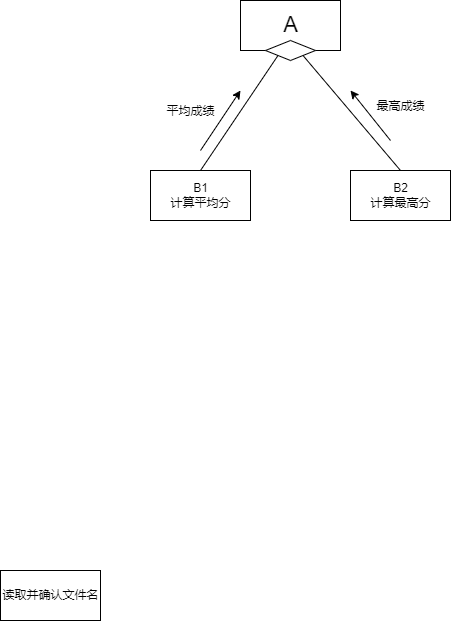
The draw.io diagram diagrams/实验3.png in ccyykkcyk/mypic, before a commit. Source tidied: cells renumbered, new cells last; positions are measured from the earlier drawing's top-left corner, leaving out a move shared by most shapes.
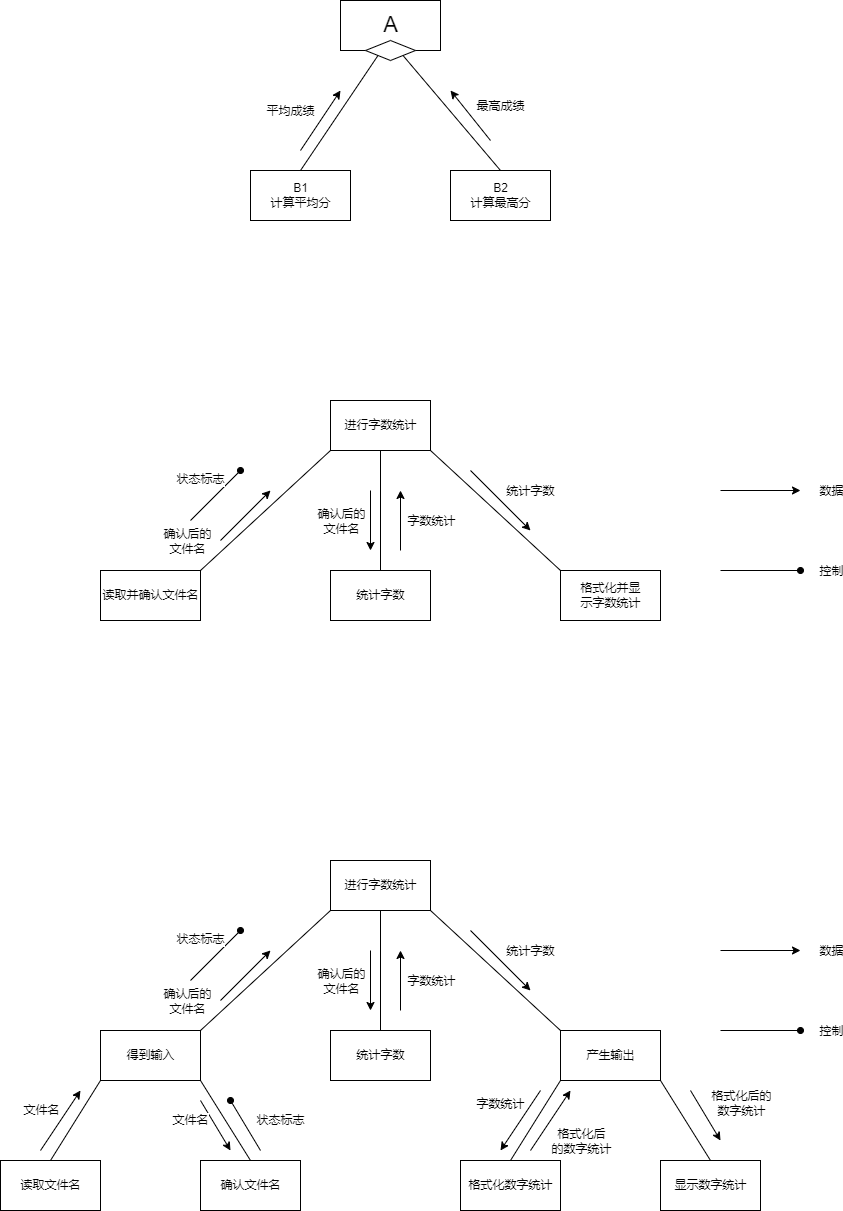
The same file after the commit.

Change to the diagram source:
```diff
@@ -45,5 +45,288 @@
     <mxCell id="12" value="读取并确认文件名" style="html=1;dashed=0;whitespace=wrap;fontSize=12;" parent="1" vertex="1">
       <mxGeometry y="570" width="100" height="50" as="geometry" />
     </mxCell>
+    <mxCell id="13" value="统计字数" style="html=1;dashed=0;whitespace=wrap;fontSize=12;" parent="1" vertex="1">
+      <mxGeometry x="230" y="570" width="100" height="50" as="geometry" />
+    </mxCell>
+    <mxCell id="14" value="格式化并显&lt;br&gt;示字数统计" style="html=1;dashed=0;whitespace=wrap;fontSize=12;" parent="1" vertex="1">
+      <mxGeometry x="460" y="570" width="100" height="50" as="geometry" />
+    </mxCell>
+    <mxCell id="15" style="edgeStyle=none;rounded=0;jettySize=auto;html=1;exitX=1;exitY=1;exitDx=0;exitDy=0;entryX=0;entryY=0;entryDx=0;entryDy=0;fontSize=12;endArrow=none;endFill=0;strokeColor=default;" parent="1" edge="1" source="18" target="14">
+      <mxGeometry relative="1" as="geometry" />
+    </mxCell>
+    <mxCell id="16" style="edgeStyle=none;rounded=0;jettySize=auto;html=1;exitX=0.5;exitY=1;exitDx=0;exitDy=0;entryX=0.5;entryY=0;entryDx=0;entryDy=0;fontSize=12;endArrow=none;endFill=0;strokeColor=default;" parent="1" edge="1" source="18" target="13">
+      <mxGeometry relative="1" as="geometry" />
+    </mxCell>
+    <mxCell id="17" style="edgeStyle=none;rounded=0;jettySize=auto;html=1;exitX=0;exitY=1;exitDx=0;exitDy=0;entryX=1;entryY=0;entryDx=0;entryDy=0;fontSize=12;endArrow=none;endFill=0;strokeColor=default;" parent="1" edge="1" source="18" target="12">
+      <mxGeometry relative="1" as="geometry" />
+    </mxCell>
+    <mxCell id="18" value="进行字数统计" style="html=1;dashed=0;whitespace=wrap;fontSize=12;" parent="1" vertex="1">
+      <mxGeometry x="230" y="400" width="100" height="50" as="geometry" />
+    </mxCell>
+    <mxCell id="19" style="endArrow=classic;html=1;rounded=0;fontSize=12;strokeColor=default;" parent="1" edge="1">
+      <mxGeometry relative="1" as="geometry">
+        <mxPoint x="120" y="540" as="sourcePoint" />
+        <mxPoint x="170" y="490" as="targetPoint" />
+      </mxGeometry>
+    </mxCell>
+    <mxCell id="20" value="确认后的&lt;br&gt;文件名" style="edgeLabel;html=1;align=center;verticalAlign=middle;fontSize=12;" parent="19" vertex="1">
+      <mxGeometry x="-0.34" relative="1" as="geometry">
+        <mxPoint x="-50" y="17" as="offset" />
+      </mxGeometry>
+    </mxCell>
+    <mxCell id="21" style="endArrow=oval;html=1;rounded=0;fontSize=12;strokeColor=default;endFill=1;" parent="1" edge="1">
+      <mxGeometry relative="1" as="geometry">
+        <mxPoint x="90" y="520" as="sourcePoint" />
+        <mxPoint x="140" y="470" as="targetPoint" />
+      </mxGeometry>
+    </mxCell>
+    <mxCell id="22" value="状态标志" style="edgeLabel;html=1;align=center;verticalAlign=middle;fontSize=12;" parent="21" vertex="1">
+      <mxGeometry x="0.55" y="3" relative="1" as="geometry">
+        <mxPoint x="-27" as="offset" />
+      </mxGeometry>
+    </mxCell>
+    <mxCell id="23" style="endArrow=classic;html=1;rounded=0;fontSize=12;strokeColor=default;" parent="1" edge="1">
+      <mxGeometry relative="1" as="geometry">
+        <mxPoint x="270" y="490" as="sourcePoint" />
+        <mxPoint x="270" y="550" as="targetPoint" />
+      </mxGeometry>
+    </mxCell>
+    <mxCell id="24" value="确认后的&lt;br&gt;文件名" style="edgeLabel;html=1;align=center;verticalAlign=middle;fontSize=12;" parent="23" vertex="1">
+      <mxGeometry x="-0.37" y="-2" relative="1" as="geometry">
+        <mxPoint x="-28" y="11" as="offset" />
+      </mxGeometry>
+    </mxCell>
+    <mxCell id="25" style="endArrow=classic;html=1;rounded=0;fontSize=12;strokeColor=default;" parent="1" edge="1">
+      <mxGeometry relative="1" as="geometry">
+        <mxPoint x="300" y="550" as="sourcePoint" />
+        <mxPoint x="300" y="490" as="targetPoint" />
+      </mxGeometry>
+    </mxCell>
+    <mxCell id="26" value="字数统计" style="edgeLabel;html=1;align=center;verticalAlign=middle;fontSize=12;" parent="25" vertex="1">
+      <mxGeometry x="0.51" relative="1" as="geometry">
+        <mxPoint x="30" y="15" as="offset" />
+      </mxGeometry>
+    </mxCell>
+    <mxCell id="27" style="endArrow=classic;html=1;rounded=0;fontSize=12;strokeColor=default;" parent="1" edge="1">
+      <mxGeometry relative="1" as="geometry">
+        <mxPoint x="370" y="470" as="sourcePoint" />
+        <mxPoint x="430" y="530" as="targetPoint" />
+      </mxGeometry>
+    </mxCell>
+    <mxCell id="28" value="统计字数" style="edgeLabel;html=1;align=center;verticalAlign=middle;fontSize=12;" parent="27" vertex="1">
+      <mxGeometry x="-0.43" y="1" relative="1" as="geometry">
+        <mxPoint x="42" y="4" as="offset" />
+      </mxGeometry>
+    </mxCell>
+    <mxCell id="29" style="endArrow=classic;html=1;rounded=0;fontSize=12;strokeColor=default;" parent="1" edge="1">
+      <mxGeometry relative="1" as="geometry">
+        <mxPoint x="620" y="490" as="sourcePoint" />
+        <mxPoint x="700" y="490" as="targetPoint" />
+      </mxGeometry>
+    </mxCell>
+    <mxCell id="30" value="数据" style="edgeLabel;html=1;align=center;verticalAlign=middle;fontSize=12;" parent="29" vertex="1">
+      <mxGeometry x="-0.43" y="-3" relative="1" as="geometry">
+        <mxPoint x="87" y="-3" as="offset" />
+      </mxGeometry>
+    </mxCell>
+    <mxCell id="31" style="endArrow=oval;html=1;rounded=0;fontSize=12;strokeColor=default;endFill=1;" parent="1" edge="1">
+      <mxGeometry relative="1" as="geometry">
+        <mxPoint x="620" y="570" as="sourcePoint" />
+        <mxPoint x="700" y="570" as="targetPoint" />
+      </mxGeometry>
+    </mxCell>
+    <mxCell id="32" value="控制" style="edgeLabel;html=1;align=center;verticalAlign=middle;fontSize=12;" parent="31" vertex="1">
+      <mxGeometry x="0.39" y="-2" relative="1" as="geometry">
+        <mxPoint x="54" y="-2" as="offset" />
+      </mxGeometry>
+    </mxCell>
+    <mxCell id="33" style="edgeStyle=none;rounded=0;jettySize=auto;html=1;exitX=0;exitY=1;exitDx=0;exitDy=0;entryX=0.5;entryY=0;entryDx=0;entryDy=0;fontSize=12;endArrow=none;endFill=0;strokeColor=default;" parent="1" edge="1" source="35" target="58">
+      <mxGeometry relative="1" as="geometry" />
+    </mxCell>
+    <mxCell id="34" style="edgeStyle=none;rounded=0;jettySize=auto;html=1;exitX=1;exitY=1;exitDx=0;exitDy=0;entryX=0.5;entryY=0;entryDx=0;entryDy=0;fontSize=12;endArrow=none;endFill=0;strokeColor=default;" parent="1" edge="1" source="35" target="59">
+      <mxGeometry relative="1" as="geometry" />
+    </mxCell>
+    <mxCell id="35" value="得到输入" style="html=1;dashed=0;whitespace=wrap;fontSize=12;" parent="1" vertex="1">
+      <mxGeometry y="1030" width="100" height="50" as="geometry" />
+    </mxCell>
+    <mxCell id="36" value="统计字数" style="html=1;dashed=0;whitespace=wrap;fontSize=12;" parent="1" vertex="1">
+      <mxGeometry x="230" y="1030" width="100" height="50" as="geometry" />
+    </mxCell>
+    <mxCell id="37" style="edgeStyle=none;rounded=0;jettySize=auto;html=1;exitX=0;exitY=1;exitDx=0;exitDy=0;entryX=0.5;entryY=0;entryDx=0;entryDy=0;fontSize=12;endArrow=none;endFill=0;strokeColor=default;" parent="1" edge="1" source="39" target="60">
+      <mxGeometry relative="1" as="geometry" />
+    </mxCell>
+    <mxCell id="38" style="edgeStyle=none;rounded=0;jettySize=auto;html=1;exitX=1;exitY=1;exitDx=0;exitDy=0;entryX=0.5;entryY=0;entryDx=0;entryDy=0;fontSize=12;endArrow=none;endFill=0;strokeColor=default;" parent="1" edge="1" source="39" target="61">
+      <mxGeometry relative="1" as="geometry" />
+    </mxCell>
+    <mxCell id="39" value="产生输出" style="html=1;dashed=0;whitespace=wrap;fontSize=12;" parent="1" vertex="1">
+      <mxGeometry x="460" y="1030" width="100" height="50" as="geometry" />
+    </mxCell>
+    <mxCell id="40" style="edgeStyle=none;rounded=0;jettySize=auto;html=1;exitX=1;exitY=1;exitDx=0;exitDy=0;entryX=0;entryY=0;entryDx=0;entryDy=0;fontSize=12;endArrow=none;endFill=0;strokeColor=default;" parent="1" edge="1" source="43" target="39">
+      <mxGeometry relative="1" as="geometry" />
+    </mxCell>
+    <mxCell id="41" style="edgeStyle=none;rounded=0;jettySize=auto;html=1;exitX=0.5;exitY=1;exitDx=0;exitDy=0;entryX=0.5;entryY=0;entryDx=0;entryDy=0;fontSize=12;endArrow=none;endFill=0;strokeColor=default;" parent="1" edge="1" source="43" target="36">
+      <mxGeometry relative="1" as="geometry" />
+    </mxCell>
+    <mxCell id="42" style="edgeStyle=none;rounded=0;jettySize=auto;html=1;exitX=0;exitY=1;exitDx=0;exitDy=0;entryX=1;entryY=0;entryDx=0;entryDy=0;fontSize=12;endArrow=none;endFill=0;strokeColor=default;" parent="1" edge="1" source="43" target="35">
+      <mxGeometry relative="1" as="geometry" />
+    </mxCell>
+    <mxCell id="43" value="进行字数统计" style="html=1;dashed=0;whitespace=wrap;fontSize=12;" parent="1" vertex="1">
+      <mxGeometry x="230" y="860" width="100" height="50" as="geometry" />
+    </mxCell>
+    <mxCell id="44" style="endArrow=classic;html=1;rounded=0;fontSize=12;strokeColor=default;" parent="1" edge="1">
+      <mxGeometry relative="1" as="geometry">
+        <mxPoint x="120" y="1000" as="sourcePoint" />
+        <mxPoint x="170" y="950" as="targetPoint" />
+      </mxGeometry>
+    </mxCell>
+    <mxCell id="45" value="确认后的&lt;br&gt;文件名" style="edgeLabel;html=1;align=center;verticalAlign=middle;fontSize=12;" parent="44" vertex="1">
+      <mxGeometry x="-0.34" relative="1" as="geometry">
+        <mxPoint x="-50" y="17" as="offset" />
+      </mxGeometry>
+    </mxCell>
+    <mxCell id="46" style="endArrow=oval;html=1;rounded=0;fontSize=12;strokeColor=default;endFill=1;" parent="1" edge="1">
+      <mxGeometry relative="1" as="geometry">
+        <mxPoint x="90" y="980" as="sourcePoint" />
+        <mxPoint x="140" y="930" as="targetPoint" />
+      </mxGeometry>
+    </mxCell>
+    <mxCell id="47" value="状态标志" style="edgeLabel;html=1;align=center;verticalAlign=middle;fontSize=12;" parent="46" vertex="1">
+      <mxGeometry x="0.55" y="3" relative="1" as="geometry">
+        <mxPoint x="-27" as="offset" />
+      </mxGeometry>
+    </mxCell>
+    <mxCell id="48" style="endArrow=classic;html=1;rounded=0;fontSize=12;strokeColor=default;" parent="1" edge="1">
+      <mxGeometry relative="1" as="geometry">
+        <mxPoint x="270" y="950" as="sourcePoint" />
+        <mxPoint x="270" y="1010" as="targetPoint" />
+      </mxGeometry>
+    </mxCell>
+    <mxCell id="49" value="确认后的&lt;br&gt;文件名" style="edgeLabel;html=1;align=center;verticalAlign=middle;fontSize=12;" parent="48" vertex="1">
+      <mxGeometry x="-0.37" y="-2" relative="1" as="geometry">
+        <mxPoint x="-28" y="11" as="offset" />
+      </mxGeometry>
+    </mxCell>
+    <mxCell id="50" style="endArrow=classic;html=1;rounded=0;fontSize=12;strokeColor=default;" parent="1" edge="1">
+      <mxGeometry relative="1" as="geometry">
+        <mxPoint x="300" y="1010" as="sourcePoint" />
+        <mxPoint x="300" y="950" as="targetPoint" />
+      </mxGeometry>
+    </mxCell>
+    <mxCell id="51" value="字数统计" style="edgeLabel;html=1;align=center;verticalAlign=middle;fontSize=12;" parent="50" vertex="1">
+      <mxGeometry x="0.51" relative="1" as="geometry">
+        <mxPoint x="30" y="15" as="offset" />
+      </mxGeometry>
+    </mxCell>
+    <mxCell id="52" style="endArrow=classic;html=1;rounded=0;fontSize=12;strokeColor=default;" parent="1" edge="1">
+      <mxGeometry relative="1" as="geometry">
+        <mxPoint x="370" y="930" as="sourcePoint" />
+        <mxPoint x="430" y="990" as="targetPoint" />
+      </mxGeometry>
+    </mxCell>
+    <mxCell id="53" value="统计字数" style="edgeLabel;html=1;align=center;verticalAlign=middle;fontSize=12;" parent="52" vertex="1">
+      <mxGeometry x="-0.43" y="1" relative="1" as="geometry">
+        <mxPoint x="42" y="4" as="offset" />
+      </mxGeometry>
+    </mxCell>
+    <mxCell id="54" style="endArrow=classic;html=1;rounded=0;fontSize=12;strokeColor=default;" parent="1" edge="1">
+      <mxGeometry relative="1" as="geometry">
+        <mxPoint x="620" y="950" as="sourcePoint" />
+        <mxPoint x="700" y="950" as="targetPoint" />
+      </mxGeometry>
+    </mxCell>
+    <mxCell id="55" value="数据" style="edgeLabel;html=1;align=center;verticalAlign=middle;fontSize=12;" parent="54" vertex="1">
+      <mxGeometry x="-0.43" y="-3" relative="1" as="geometry">
+        <mxPoint x="87" y="-3" as="offset" />
+      </mxGeometry>
+    </mxCell>
+    <mxCell id="56" style="endArrow=oval;html=1;rounded=0;fontSize=12;strokeColor=default;endFill=1;" parent="1" edge="1">
+      <mxGeometry relative="1" as="geometry">
+        <mxPoint x="620" y="1030" as="sourcePoint" />
+        <mxPoint x="700" y="1030" as="targetPoint" />
+      </mxGeometry>
+    </mxCell>
+    <mxCell id="57" value="控制" style="edgeLabel;html=1;align=center;verticalAlign=middle;fontSize=12;" parent="56" vertex="1">
+      <mxGeometry x="0.39" y="-2" relative="1" as="geometry">
+        <mxPoint x="54" y="-2" as="offset" />
+      </mxGeometry>
+    </mxCell>
+    <mxCell id="58" value="读取文件名" style="html=1;dashed=0;whitespace=wrap;fontSize=12;" parent="1" vertex="1">
+      <mxGeometry x="-100" y="1160" width="100" height="50" as="geometry" />
+    </mxCell>
+    <mxCell id="59" value="确认文件名" style="html=1;dashed=0;whitespace=wrap;fontSize=12;" parent="1" vertex="1">
+      <mxGeometry x="100" y="1160" width="100" height="50" as="geometry" />
+    </mxCell>
+    <mxCell id="60" value="格式化数字统计" style="html=1;dashed=0;whitespace=wrap;fontSize=12;" parent="1" vertex="1">
+      <mxGeometry x="360" y="1160" width="100" height="50" as="geometry" />
+    </mxCell>
+    <mxCell id="61" value="显示数字统计" style="html=1;dashed=0;whitespace=wrap;fontSize=12;" parent="1" vertex="1">
+      <mxGeometry x="560" y="1160" width="100" height="50" as="geometry" />
+    </mxCell>
+    <mxCell id="62" style="endArrow=classic;html=1;rounded=0;fontSize=12;strokeColor=default;" parent="1" edge="1">
+      <mxGeometry relative="1" as="geometry">
+        <mxPoint x="-60" y="1150" as="sourcePoint" />
+        <mxPoint x="-20" y="1090" as="targetPoint" />
+      </mxGeometry>
+    </mxCell>
+    <mxCell id="63" value="文件名" style="edgeLabel;html=1;align=center;verticalAlign=middle;fontSize=12;" parent="62" vertex="1">
+      <mxGeometry x="0.37" relative="1" as="geometry">
+        <mxPoint x="-27" as="offset" />
+      </mxGeometry>
+    </mxCell>
+    <mxCell id="64" style="endArrow=classic;html=1;rounded=0;fontSize=12;strokeColor=default;" parent="1" edge="1">
+      <mxGeometry relative="1" as="geometry">
+        <mxPoint x="100" y="1100" as="sourcePoint" />
+        <mxPoint x="130" y="1150" as="targetPoint" />
+      </mxGeometry>
+    </mxCell>
+    <mxCell id="65" value="文件名" style="edgeLabel;html=1;align=center;verticalAlign=middle;fontSize=12;" parent="64" vertex="1">
+      <mxGeometry x="-0.54" y="1" relative="1" as="geometry">
+        <mxPoint x="-18" y="9" as="offset" />
+      </mxGeometry>
+    </mxCell>
+    <mxCell id="66" style="endArrow=oval;html=1;rounded=0;fontSize=12;strokeColor=default;endFill=1;" parent="1" edge="1">
+      <mxGeometry relative="1" as="geometry">
+        <mxPoint x="160" y="1150" as="sourcePoint" />
+        <mxPoint x="130" y="1100" as="targetPoint" />
+      </mxGeometry>
+    </mxCell>
+    <mxCell id="67" value="状态标志" style="edgeLabel;html=1;align=center;verticalAlign=middle;fontSize=12;" parent="66" vertex="1">
+      <mxGeometry x="0.35" y="-2" relative="1" as="geometry">
+        <mxPoint x="38" y="4" as="offset" />
+      </mxGeometry>
+    </mxCell>
+    <mxCell id="68" style="endArrow=classic;html=1;rounded=0;fontSize=12;strokeColor=default;" parent="1" edge="1">
+      <mxGeometry relative="1" as="geometry">
+        <mxPoint x="440" y="1090" as="sourcePoint" />
+        <mxPoint x="400" y="1150" as="targetPoint" />
+      </mxGeometry>
+    </mxCell>
+    <mxCell id="69" value="字数统计" style="edgeLabel;html=1;align=center;verticalAlign=middle;fontSize=12;" parent="68" vertex="1">
+      <mxGeometry x="-0.52" y="-2" relative="1" as="geometry">
+        <mxPoint x="-29" as="offset" />
+      </mxGeometry>
+    </mxCell>
+    <mxCell id="70" style="endArrow=classic;html=1;rounded=0;fontSize=12;strokeColor=default;" parent="1" edge="1">
+      <mxGeometry relative="1" as="geometry">
+        <mxPoint x="430" y="1150" as="sourcePoint" />
+        <mxPoint x="470" y="1090" as="targetPoint" />
+      </mxGeometry>
+    </mxCell>
+    <mxCell id="71" value="格式化后&lt;br&gt;的数字统计" style="edgeLabel;html=1;align=center;verticalAlign=middle;fontSize=12;" parent="70" vertex="1">
+      <mxGeometry x="0.46" y="-2" relative="1" as="geometry">
+        <mxPoint x="19" y="33" as="offset" />
+      </mxGeometry>
+    </mxCell>
+    <mxCell id="72" style="endArrow=classic;html=1;rounded=0;fontSize=12;strokeColor=default;" parent="1" edge="1">
+      <mxGeometry relative="1" as="geometry">
+        <mxPoint x="590" y="1090" as="sourcePoint" />
+        <mxPoint x="620" y="1140" as="targetPoint" />
+      </mxGeometry>
+    </mxCell>
+    <mxCell id="73" value="格式化后的&lt;br&gt;数字统计" style="edgeLabel;html=1;align=center;verticalAlign=middle;fontSize=12;" parent="72" vertex="1">
+      <mxGeometry x="-0.52" relative="1" as="geometry">
+        <mxPoint x="43" as="offset" />
+      </mxGeometry>
+    </mxCell>
   </root>
 </mxGraphModel>
```
